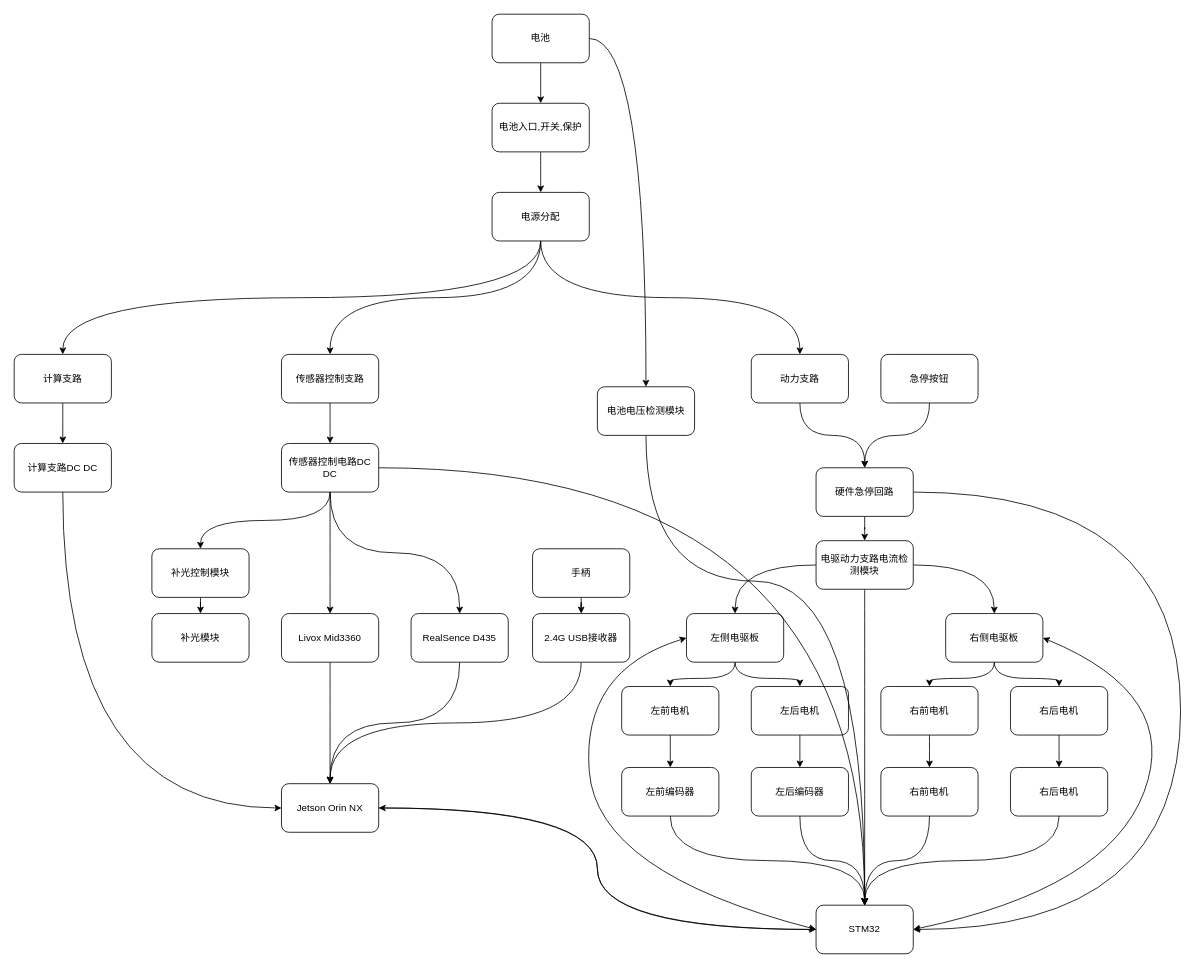
YongZheXiong/project0 keeps this draw.io diagram as docs/02_architecture/diagrams/vehicle_hardware_topology.drawio. Above is the earlier version. Source tidied: cells renumbered, new cells numbered last; positions are measured from the earlier drawing's top-left corner, leaving out a move shared by most shapes. Both pictures are drawn from the tidied source at 81%, with x=0, y=0 at pixel (14, 14).
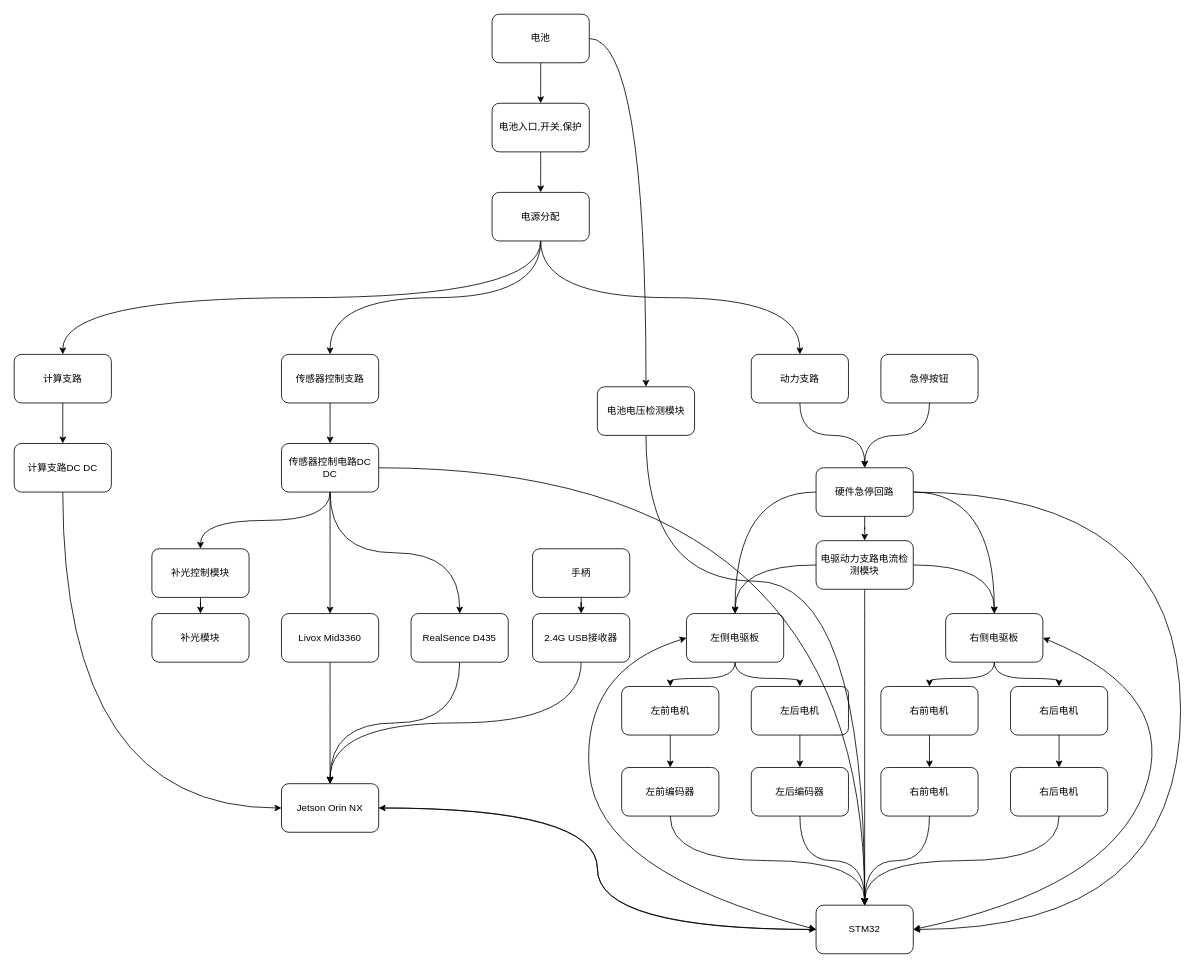
Above is the later version.

Commit message:
docs(architecture): 修改 vehicle_hardware_topology.drawio 中的错误拓扑结构

The change refers to these unchanged cells:
```xml
<mxCell id="15" value="硬件急停回路" style="rounded=1;whiteSpace=wrap;html=1;" parent="1" vertex="1">
  <mxGeometry x="990" y="560" width="120" height="60" as="geometry" />
</mxCell>
<mxCell id="22" value="右侧电驱板" style="rounded=1;whiteSpace=wrap;html=1;" parent="1" vertex="1">
  <mxGeometry x="1150" y="740" width="120" height="60" as="geometry" />
</mxCell>
<mxCell id="25" value="左侧电驱板" style="rounded=1;whiteSpace=wrap;html=1;" parent="1" vertex="1">
  <mxGeometry x="830" y="740" width="120" height="60" as="geometry" />
</mxCell>
```

Change to the diagram source:
```diff
@@
+    <mxCell id="79" style="edgeStyle=orthogonalEdgeStyle;curved=1;html=1;entryX=0.5;entryY=0;entryDx=0;entryDy=0;" parent="1" edge="1" source="15" target="25">
+      <mxGeometry relative="1" as="geometry" />
+    </mxCell>
+    <mxCell id="80" style="edgeStyle=orthogonalEdgeStyle;curved=1;html=1;exitX=1;exitY=0.5;exitDx=0;exitDy=0;entryX=0.5;entryY=0;entryDx=0;entryDy=0;" parent="1" edge="1" source="15" target="22">
+      <mxGeometry relative="1" as="geometry" />
+    </mxCell>
```
